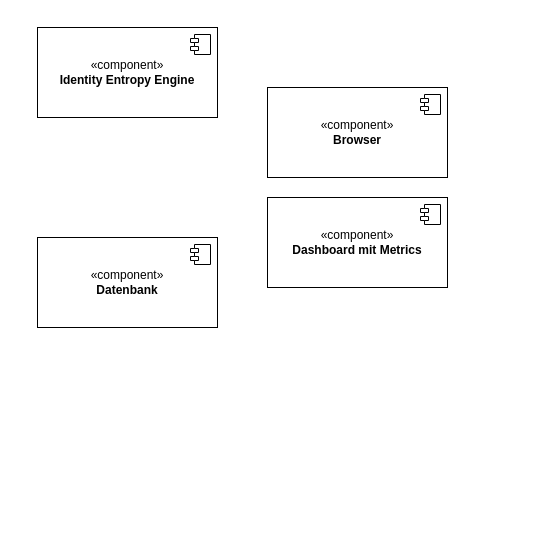
limemime/BHT_Softwaretechnik_SS26_JEstrada keeps this draw.io diagram as 05_UML/Komponentendiagramm.drawio. Above is the earlier version. Source tidied: cells renumbered, new cells numbered last; positions are measured from the earlier drawing's top-left corner, leaving out a move shared by most shapes. Both pictures are drawn from the tidied source at 100%, with x=0, y=0 at pixel (37, 27).
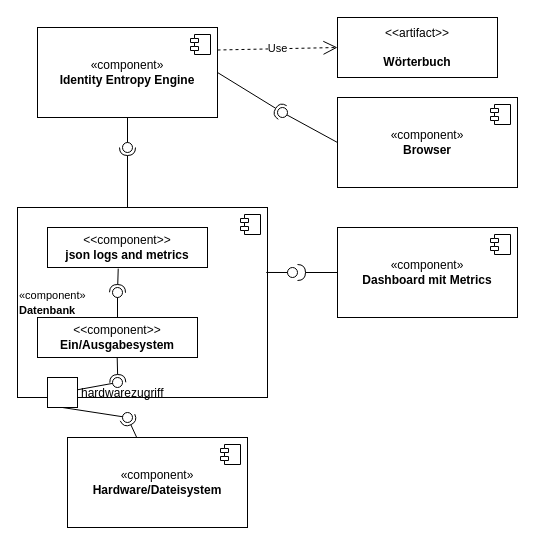
Above is the later version.

The change refers to these unchanged cells:
```xml
<mxCell id="2" value="«component»&lt;br&gt;&lt;b&gt;Identity Entropy Engine&lt;/b&gt;" style="html=1;whiteSpace=wrap;" parent="1" vertex="1">
  <mxGeometry width="180" height="90" as="geometry" />
</mxCell>
```

Change to the diagram source:
```diff
@@
     <mxCell id="4" value="«component»&lt;br&gt;&lt;b&gt;Dashboard mit Metrics&lt;/b&gt;" style="html=1;whiteSpace=wrap;" parent="1" vertex="1">
-      <mxGeometry x="230" y="170" width="180" height="90" as="geometry" />
+      <mxGeometry x="300" y="200" width="180" height="90" as="geometry" />
     </mxCell>
@@
     <mxCell id="6" value="&lt;div&gt;«component»&lt;b&gt;&lt;br&gt;&lt;/b&gt;&lt;/div&gt;&lt;div&gt;&lt;b&gt;Browser&lt;/b&gt;&lt;/div&gt;" style="html=1;whiteSpace=wrap;" parent="1" vertex="1">
-      <mxGeometry x="230" y="60" width="180" height="90" as="geometry" />
+      <mxGeometry x="300" y="70" width="180" height="90" as="geometry" />
     </mxCell>
@@
-    <mxCell id="8" value="«component»&lt;br&gt;&lt;b&gt;Datenbank&lt;/b&gt;" style="html=1;whiteSpace=wrap;" parent="1" vertex="1">
-      <mxGeometry y="210" width="180" height="90" as="geometry" />
+    <mxCell id="8" value="&lt;div align=&quot;left&quot;&gt;&lt;font style=&quot;font-size: 11px; line-height: 110%;&quot;&gt;«component»&lt;br&gt;&lt;b&gt;Datenbank&lt;/b&gt;&lt;/font&gt;&lt;/div&gt;" style="html=1;whiteSpace=wrap;align=left;" parent="1" vertex="1">
+      <mxGeometry x="-20" y="180" width="250" height="190" as="geometry" />
     </mxCell>
@@
+    <mxCell id="10" value="&amp;lt;&amp;lt;artifact&amp;gt;&amp;gt;&lt;br&gt;&lt;br&gt;&lt;b&gt;Wörterbuch&lt;/b&gt;" style="html=1;align=center;verticalAlign=middle;dashed=0;whiteSpace=wrap;" parent="1" vertex="1">
+      <mxGeometry x="300" y="-10" width="160" height="60" as="geometry" />
+    </mxCell>
+    <mxCell id="11" value="Use" style="endArrow=open;endSize=12;dashed=1;html=1;rounded=0;exitX=1;exitY=0.25;exitDx=0;exitDy=0;entryX=0;entryY=0.5;entryDx=0;entryDy=0;" parent="1" edge="1" source="2" target="10">
+      <mxGeometry relative="1" as="geometry" />
+    </mxCell>
+    <mxCell id="12" style="ellipse;whiteSpace=wrap;html=1;align=center;fillColor=none;strokeColor=none;perimeter=centerPerimeter;" parent="1" vertex="1">
+      <mxGeometry x="300" y="170" width="10" height="10" as="geometry" />
+    </mxCell>
+    <mxCell id="13" style="rounded=0;jettySize=auto;html=1;endArrow=halfCircle;endFill=0;endSize=6;strokeWidth=1;sketch=0;exitX=1;exitY=0.5;exitDx=0;exitDy=0;" parent="1" edge="1" source="2" target="15">
+      <mxGeometry relative="1" as="geometry" />
+    </mxCell>
+    <mxCell id="14" style="rounded=0;jettySize=auto;html=1;endArrow=oval;endFill=0;sketch=0;sourcePerimeterSpacing=0;targetPerimeterSpacing=0;endSize=10;exitX=0;exitY=0.5;exitDx=0;exitDy=0;entryX=0.667;entryY=0.833;entryDx=0;entryDy=0;entryPerimeter=0;" parent="1" edge="1" source="6" target="15">
+      <mxGeometry relative="1" as="geometry" />
+    </mxCell>
+    <mxCell id="15" style="ellipse;whiteSpace=wrap;html=1;align=center;fillColor=none;strokeColor=none;perimeter=centerPerimeter;points=[];outlineConnect=1;" parent="1" vertex="1">
+      <mxGeometry x="240" y="80" width="10" height="10" as="geometry" />
+    </mxCell>
+    <mxCell id="16" style="rounded=0;orthogonalLoop=1;jettySize=auto;html=1;endArrow=halfCircle;endFill=0;endSize=6;strokeWidth=1;sketch=0;" parent="1" edge="1">
+      <mxGeometry relative="1" as="geometry">
+        <mxPoint x="90" y="180" as="sourcePoint" />
+        <mxPoint x="90" y="120" as="targetPoint" />
+      </mxGeometry>
+    </mxCell>
+    <mxCell id="17" style="rounded=0;jettySize=auto;html=1;endArrow=oval;endFill=0;sketch=0;sourcePerimeterSpacing=0;targetPerimeterSpacing=0;endSize=10;exitX=0.5;exitY=1;exitDx=0;exitDy=0;" parent="1" edge="1" source="2">
+      <mxGeometry relative="1" as="geometry">
+        <mxPoint x="90" y="120" as="targetPoint" />
+      </mxGeometry>
+    </mxCell>
+    <mxCell id="18" style="ellipse;whiteSpace=wrap;html=1;align=center;fillColor=none;strokeColor=none;perimeter=centerPerimeter;" parent="1" vertex="1">
+      <mxGeometry x="85" y="150" width="10" height="10" as="geometry" />
+    </mxCell>
+    <mxCell id="19" style="rounded=0;jettySize=auto;html=1;endArrow=halfCircle;endFill=0;endSize=6;strokeWidth=1;sketch=0;exitX=0;exitY=0.5;exitDx=0;exitDy=0;" parent="1" edge="1" source="4">
+      <mxGeometry relative="1" as="geometry">
+        <mxPoint x="260" y="245" as="targetPoint" />
+      </mxGeometry>
+    </mxCell>
+    <mxCell id="20" style="rounded=0;jettySize=auto;html=1;endArrow=oval;endFill=0;sketch=0;sourcePerimeterSpacing=0;targetPerimeterSpacing=0;endSize=10;exitX=0.995;exitY=0.342;exitDx=0;exitDy=0;exitPerimeter=0;" parent="1" edge="1" source="8" target="21">
+      <mxGeometry relative="1" as="geometry" />
+    </mxCell>
+    <mxCell id="21" style="ellipse;whiteSpace=wrap;html=1;align=center;fillColor=none;strokeColor=none;perimeter=centerPerimeter;points=[];outlineConnect=1;" parent="1" vertex="1">
+      <mxGeometry x="250" y="240" width="10" height="10" as="geometry" />
+    </mxCell>
+    <mxCell id="22" value="&amp;lt;&amp;lt;component&amp;gt;&amp;gt;&lt;br&gt;&lt;b&gt;Ein/Ausgabesystem&lt;/b&gt;" style="html=1;align=center;verticalAlign=middle;dashed=0;whiteSpace=wrap;" parent="1" vertex="1">
+      <mxGeometry y="290" width="160" height="40" as="geometry" />
+    </mxCell>
+    <mxCell id="23" value="&amp;lt;&amp;lt;component&amp;gt;&amp;gt;&lt;br&gt;&lt;b&gt;json logs and metrics&lt;/b&gt;" style="html=1;align=center;verticalAlign=middle;dashed=0;whiteSpace=wrap;" parent="1" vertex="1">
+      <mxGeometry x="10" y="200" width="160" height="40" as="geometry" />
+    </mxCell>
+    <mxCell id="24" style="ellipse;whiteSpace=wrap;html=1;align=center;fillColor=none;strokeColor=none;perimeter=centerPerimeter;" parent="1" vertex="1">
+      <mxGeometry x="115" y="180" width="10" height="10" as="geometry" />
+    </mxCell>
+    <mxCell id="25" style="rounded=0;jettySize=auto;html=1;endArrow=halfCircle;endFill=0;endSize=6;strokeWidth=1;sketch=0;exitX=0.442;exitY=1.028;exitDx=0;exitDy=0;exitPerimeter=0;" parent="1" edge="1" source="23" target="27">
+      <mxGeometry relative="1" as="geometry" />
+    </mxCell>
+    <mxCell id="26" style="rounded=0;jettySize=auto;html=1;endArrow=oval;endFill=0;sketch=0;sourcePerimeterSpacing=0;targetPerimeterSpacing=0;endSize=10;" parent="1" edge="1" source="22" target="27">
+      <mxGeometry relative="1" as="geometry" />
+    </mxCell>
+    <mxCell id="27" style="ellipse;whiteSpace=wrap;html=1;align=center;fillColor=none;strokeColor=none;perimeter=centerPerimeter;points=[];outlineConnect=1;" parent="1" vertex="1">
+      <mxGeometry x="75" y="260" width="10" height="10" as="geometry" />
+    </mxCell>
+    <mxCell id="28" style="rounded=0;orthogonalLoop=1;jettySize=auto;html=1;endArrow=halfCircle;endFill=0;endSize=6;strokeWidth=1;sketch=0;exitX=0.492;exitY=1.028;exitDx=0;exitDy=0;exitPerimeter=0;entryX=0.662;entryY=0.709;entryDx=0;entryDy=0;entryPerimeter=0;" parent="1" edge="1">
+      <mxGeometry relative="1" as="geometry">
+        <mxPoint x="79.7" y="330" as="sourcePoint" />
+        <mxPoint x="80.3" y="355" as="targetPoint" />
+      </mxGeometry>
+    </mxCell>
+    <mxCell id="29" style="rounded=0;jettySize=auto;html=1;endArrow=oval;endFill=0;sketch=0;sourcePerimeterSpacing=0;targetPerimeterSpacing=0;endSize=10;" parent="1" edge="1" source="31" target="30">
+      <mxGeometry relative="1" as="geometry" />
+    </mxCell>
+    <mxCell id="30" style="ellipse;whiteSpace=wrap;html=1;align=center;fillColor=none;strokeColor=none;perimeter=centerPerimeter;points=[];outlineConnect=1;" parent="1" vertex="1">
+      <mxGeometry x="75" y="350" width="10" height="10" as="geometry" />
+    </mxCell>
+    <mxCell id="31" value="hardwarezugriff" style="fontStyle=0;labelPosition=right;verticalLabelPosition=middle;align=left;verticalAlign=middle;spacingLeft=2;" parent="1" vertex="1">
+      <mxGeometry x="10" y="350" width="30" height="30" as="geometry" />
+    </mxCell>
+    <mxCell id="32" value="«component»&lt;br&gt;&lt;b&gt;Hardware/Dateisystem&lt;/b&gt;" style="html=1;whiteSpace=wrap;" parent="1" vertex="1">
+      <mxGeometry x="30" y="410" width="180" height="90" as="geometry" />
+    </mxCell>
+    <mxCell id="33" style="shape=module;jettyWidth=8;jettyHeight=4;" parent="32" vertex="1">
+      <mxGeometry x="1" width="20" height="20" relative="1" as="geometry">
+        <mxPoint x="-27" y="7" as="offset" />
+      </mxGeometry>
+    </mxCell>
+    <mxCell id="34" style="rounded=0;jettySize=auto;html=1;endArrow=halfCircle;endFill=0;endSize=6;strokeWidth=1;sketch=0;" parent="1" edge="1" source="32">
+      <mxGeometry relative="1" as="geometry">
+        <mxPoint x="90" y="390" as="targetPoint" />
+      </mxGeometry>
+    </mxCell>
+    <mxCell id="35" style="rounded=0;jettySize=auto;html=1;endArrow=oval;endFill=0;sketch=0;sourcePerimeterSpacing=0;targetPerimeterSpacing=0;endSize=10;exitX=0.5;exitY=1;exitDx=0;exitDy=0;" parent="1" edge="1" source="31">
+      <mxGeometry relative="1" as="geometry">
+        <mxPoint x="90" y="390" as="targetPoint" />
+      </mxGeometry>
+    </mxCell>
+    <mxCell id="36" style="ellipse;whiteSpace=wrap;html=1;align=center;fillColor=none;strokeColor=none;perimeter=centerPerimeter;" parent="1" vertex="1">
+      <mxGeometry x="215" y="330" width="10" height="10" as="geometry" />
+    </mxCell>
```
